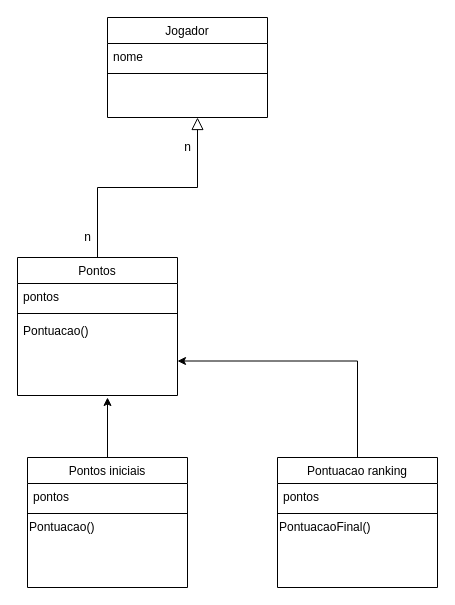
The draw.io diagram Untitled Diagram.drawio in IsabeleOliveira/Trabalho_POO, before the edit. Source tidied: cells renumbered, new cells numbered last; positions are measured from the earlier drawing's top-left corner, leaving out a move shared by most shapes. Both pictures are drawn from the tidied source at 100%, with x=0, y=0 at pixel (17, 17).
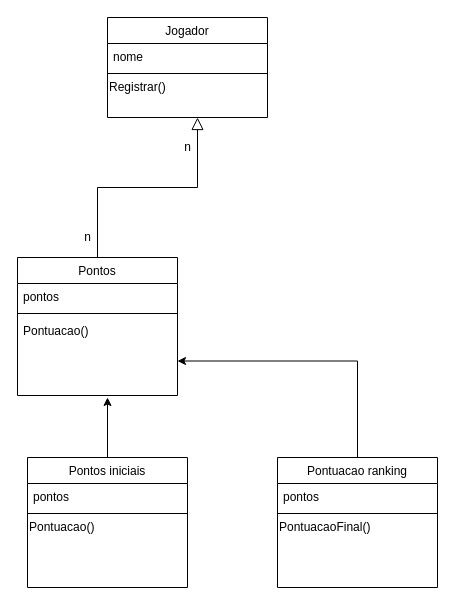
The same page after the edit.

Commit message (it also covers changes not shown here):
Diagrama_Caca_Niquel

Unchanged cells that the change refers to:
```xml
<mxCell id="12" value="Jogador" style="swimlane;fontStyle=0;align=center;verticalAlign=top;horizontal=1;startSize=26;rounded=0;shadow=0;strokeWidth=1;" parent="1" vertex="1">
  <mxGeometry x="90" width="160" height="100" as="geometry" />
</mxCell>
```

The edit, as a diff of the source:
```diff
@@
+    <mxCell id="22" value="Registrar()" style="text;html=1;align=left;verticalAlign=middle;fillColor=none;strokeColor=none;rounded=0;" parent="12" vertex="1">
+      <mxGeometry y="60" width="160" height="20" as="geometry" />
+    </mxCell>
```
